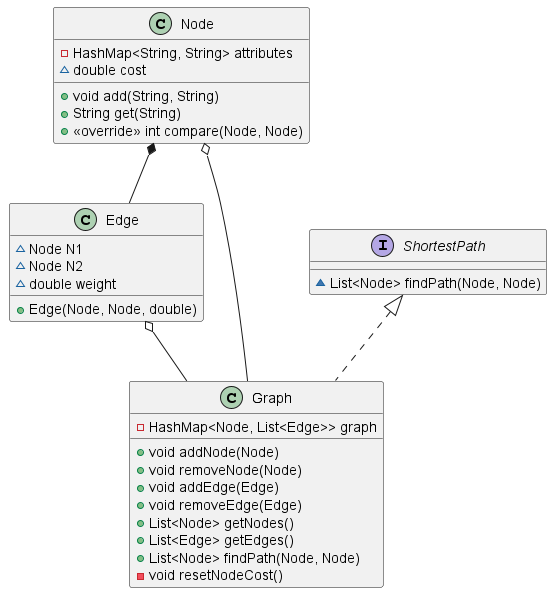
Above: diagrams/uml/pathfinder.png in AliMVirk/Island-Mesh-Generator (PlantUML), before the change.
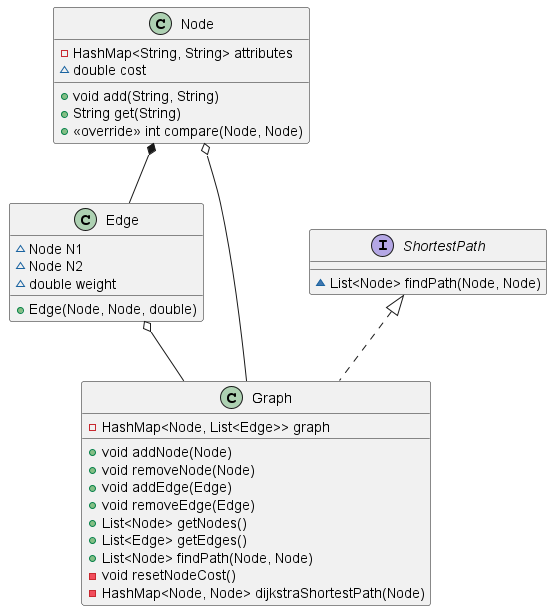
The same file after the commit.

Commit message:
Update pathfinder class diagram

The edit, as a diff of the source:
```diff
@@ -25,6 +25,7 @@
     +List<Edge> getEdges()
     +List<Node> findPath(Node, Node)
     -void resetNodeCost()
+    -HashMap<Node, Node> dijkstraShortestPath(Node)
 }
 
 interface ShortestPath {
```
